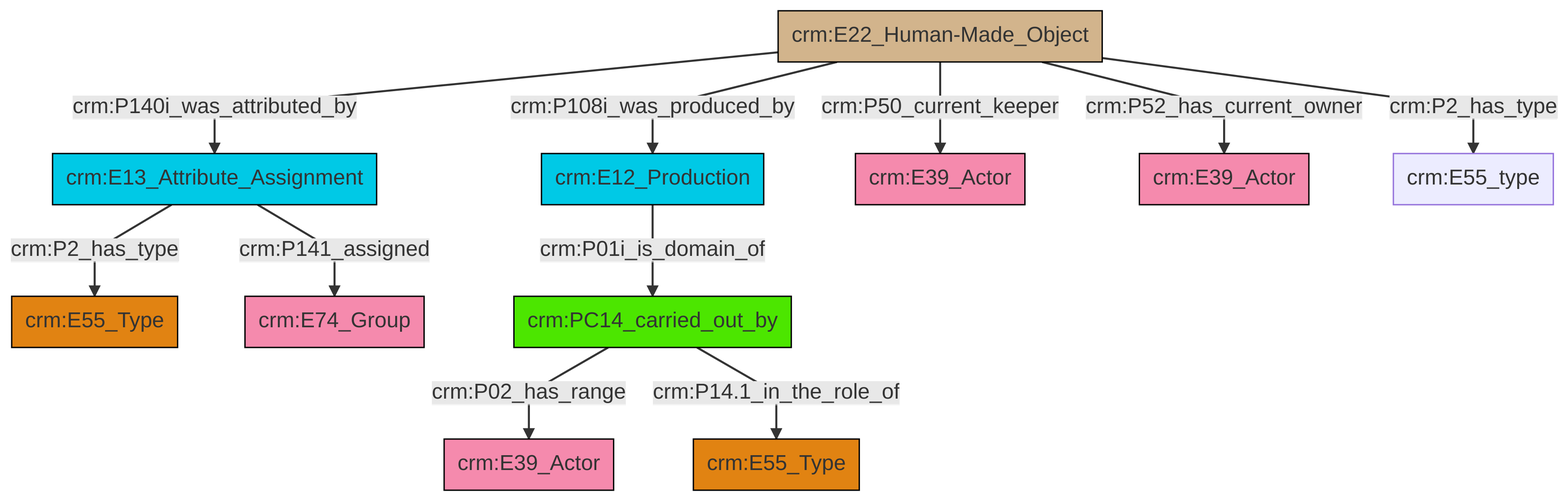
Before: et/artworkCSV/ttl/mmd/png/Artwork_Actor_Relations.png, a diagram exported from Mermaid (swiss-art-research-net/docs.swissartresearch). Its source is kept beside it as et/artworkCSV/ttl/mmd/Artwork_Actor_Relations.ttl.mmd.
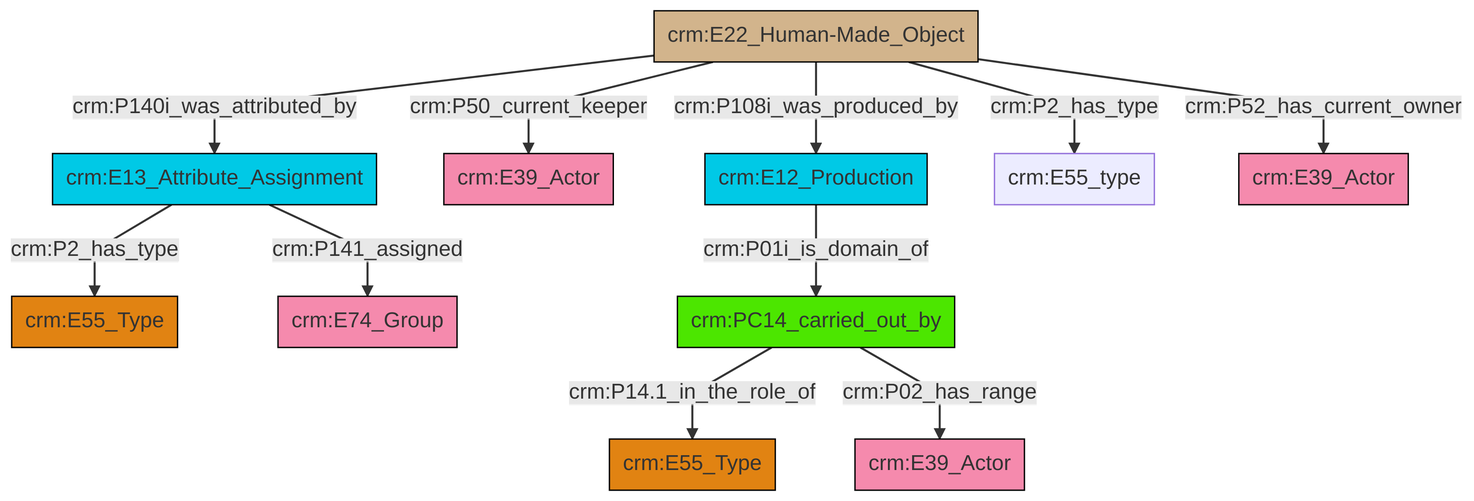
Later version of the same file.

The edit, as a diff of the source:
```diff
@@ -13,13 +13,13 @@
 classDef PC_Classes fill:#4ce600, stroke:#000000;
 classDef Multi fill:#cccccc,stroke:#000000;
 
-0["crm:E13_Attribute_Assignment"]:::Temporal_Entity -->|crm:P2_has_type| 1["crm:E55_Type"]:::Type
-5["crm:E12_Production"]:::Temporal_Entity -->|crm:P01i_is_domain_of| 6["crm:PC14_carried_out_by"]:::PC_Classes
-6["crm:PC14_carried_out_by"]:::PC_Classes -->|crm:P02_has_range| 8["crm:E39_Actor"]:::Actor
-9["crm:E22_Human-Made_Object"]:::Physical_Thing -->|crm:P140i_was_attributed_by| 0["crm:E13_Attribute_Assignment"]:::Temporal_Entity
-9["crm:E22_Human-Made_Object"]:::Physical_Thing -->|crm:P50_current_keeper| 13["crm:E39_Actor"]:::Actor
-6["crm:PC14_carried_out_by"]:::PC_Classes -->|crm:P14.1_in_the_role_of| 10["crm:E55_Type"]:::Type
-9["crm:E22_Human-Made_Object"]:::Physical_Thing -->|crm:P108i_was_produced_by| 5["crm:E12_Production"]:::Temporal_Entity
-9["crm:E22_Human-Made_Object"]:::Physical_Thing -->|crm:P52_has_current_owner| 16["crm:E39_Actor"]:::Actor
-9["crm:E22_Human-Made_Object"]:::Physical_Thing -->|crm:P2_has_type| 18["crm:E55_type"]:::Default
-0["crm:E13_Attribute_Assignment"]:::Temporal_Entity -->|crm:P141_assigned| 2["crm:E74_Group"]:::Actor
+0["crm:E22_Human-Made_Object"]:::Physical_Thing -->|crm:P140i_was_attributed_by| 1["crm:E13_Attribute_Assignment"]:::Temporal_Entity
+1["crm:E13_Attribute_Assignment"]:::Temporal_Entity -->|crm:P141_assigned| 6["crm:E74_Group"]:::Actor
+0["crm:E22_Human-Made_Object"]:::Physical_Thing -->|crm:P50_current_keeper| 7["crm:E39_Actor"]:::Actor
+8["crm:PC14_carried_out_by"]:::PC_Classes -->|crm:P14.1_in_the_role_of| 9["crm:E55_Type"]:::Type
+0["crm:E22_Human-Made_Object"]:::Physical_Thing -->|crm:P108i_was_produced_by| 10["crm:E12_Production"]:::Temporal_Entity
+1["crm:E13_Attribute_Assignment"]:::Temporal_Entity -->|crm:P2_has_type| 3["crm:E55_Type"]:::Type
+0["crm:E22_Human-Made_Object"]:::Physical_Thing -->|crm:P2_has_type| 12["crm:E55_type"]:::Default
+8["crm:PC14_carried_out_by"]:::PC_Classes -->|crm:P02_has_range| 18["crm:E39_Actor"]:::Actor
+0["crm:E22_Human-Made_Object"]:::Physical_Thing -->|crm:P52_has_current_owner| 14["crm:E39_Actor"]:::Actor
+10["crm:E12_Production"]:::Temporal_Entity -->|crm:P01i_is_domain_of| 8["crm:PC14_carried_out_by"]:::PC_Classes
```
